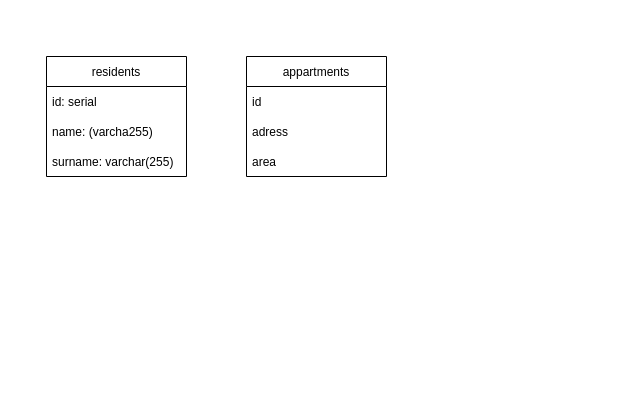
Above: SQL_ref.drawio in Darklight1985/job4j_design (draw.io), before the change. Source tidied: cells renumbered, new cells numbered last; positions are measured from the earlier drawing's top-left corner, leaving out a move shared by most shapes. Both pictures are drawn from the tidied source at 100%, with x=0, y=0 at pixel (46, 56).
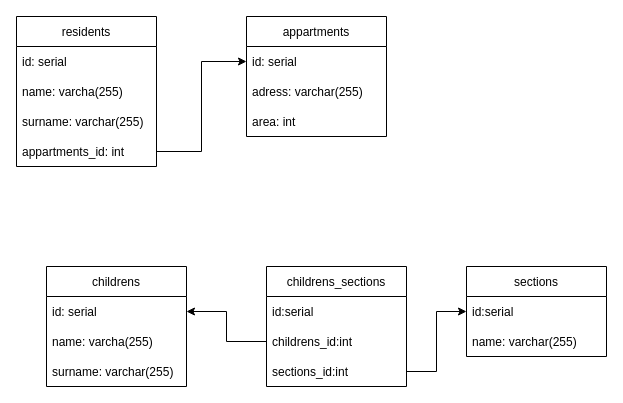
After the change.

Diff of the diagram source:
```diff
@@
     <mxCell id="2" value="residents" style="swimlane;fontStyle=0;horizontal=1;startSize=30;" parent="1" vertex="1">
-      <mxGeometry width="140" height="120" as="geometry" />
+      <mxGeometry x="-30" y="-40" width="140" height="150" as="geometry" />
     </mxCell>
@@
-    <mxCell id="4" value="name: (varcha255)" style="text;strokeColor=none;fillColor=none;align=left;verticalAlign=middle;spacingLeft=4;spacingRight=4;overflow=hidden;" parent="2" vertex="1">
+    <mxCell id="4" value="name: varcha(255)" style="text;strokeColor=none;fillColor=none;align=left;verticalAlign=middle;spacingLeft=4;spacingRight=4;overflow=hidden;" parent="2" vertex="1">
       <mxGeometry y="60" width="140" height="30" as="geometry" />
     </mxCell>
@@
+    <mxCell id="10" value="appartments_id: int" style="text;strokeColor=none;fillColor=none;align=left;verticalAlign=middle;spacingLeft=4;spacingRight=4;overflow=hidden;points=[[0,0.5],[1,0.5]];portConstraint=eastwest;" parent="2" vertex="1">
+      <mxGeometry y="120" width="140" height="30" as="geometry" />
+    </mxCell>
     <mxCell id="6" value="appartments" style="swimlane;fontStyle=0;horizontal=1;startSize=30;" parent="1" vertex="1">
-      <mxGeometry x="200" width="140" height="120" as="geometry" />
+      <mxGeometry x="200" y="-40" width="140" height="120" as="geometry" />
     </mxCell>
-    <mxCell id="7" value="id" style="text;strokeColor=none;fillColor=none;align=left;verticalAlign=middle;spacingLeft=4;spacingRight=4;overflow=hidden;points=[[0,0.5],[1,0.5]];portConstraint=eastwest;" parent="6" vertex="1">
+    <mxCell id="7" value="id: serial" style="text;strokeColor=none;fillColor=none;align=left;verticalAlign=middle;spacingLeft=4;spacingRight=4;overflow=hidden;points=[[0,0.5],[1,0.5]];portConstraint=eastwest;" parent="6" vertex="1">
       <mxGeometry y="30" width="140" height="30" as="geometry" />
     </mxCell>
-    <mxCell id="8" value="adress" style="text;strokeColor=none;fillColor=none;align=left;verticalAlign=middle;spacingLeft=4;spacingRight=4;overflow=hidden;" parent="6" vertex="1">
+    <mxCell id="8" value="adress: varchar(255)" style="text;strokeColor=none;fillColor=none;align=left;verticalAlign=middle;spacingLeft=4;spacingRight=4;overflow=hidden;" parent="6" vertex="1">
       <mxGeometry y="60" width="140" height="30" as="geometry" />
     </mxCell>
-    <mxCell id="9" value="area" style="text;strokeColor=none;fillColor=none;align=left;verticalAlign=middle;spacingLeft=4;spacingRight=4;overflow=hidden;" parent="6" vertex="1">
+    <mxCell id="9" value="area: int" style="text;strokeColor=none;fillColor=none;align=left;verticalAlign=middle;spacingLeft=4;spacingRight=4;overflow=hidden;" parent="6" vertex="1">
       <mxGeometry y="90" width="140" height="30" as="geometry" />
     </mxCell>
+    <mxCell id="11" style="edgeStyle=elbowEdgeStyle;elbow=horizontal;endArrow=classic;html=1;rounded=0;entryX=0;entryY=0.5;entryDx=0;entryDy=0;exitX=1;exitY=0.5;exitDx=0;exitDy=0;" parent="1" edge="1" source="10" target="7">
+      <mxGeometry relative="1" as="geometry" />
+    </mxCell>
+    <mxCell id="12" value="childrens_sections" style="swimlane;fontStyle=0;horizontal=1;startSize=30;" parent="1" vertex="1">
+      <mxGeometry x="220" y="210" width="140" height="120" as="geometry" />
+    </mxCell>
+    <mxCell id="13" value="id:serial" style="text;strokeColor=none;fillColor=none;align=left;verticalAlign=middle;spacingLeft=4;spacingRight=4;overflow=hidden;" parent="12" vertex="1">
+      <mxGeometry y="30" width="140" height="30" as="geometry" />
+    </mxCell>
+    <mxCell id="14" value="childrens_id:int" style="text;strokeColor=none;fillColor=none;align=left;verticalAlign=middle;spacingLeft=4;spacingRight=4;overflow=hidden;points=[[0,0.5],[1,0.5]];portConstraint=eastwest;" parent="12" vertex="1">
+      <mxGeometry y="60" width="140" height="30" as="geometry" />
+    </mxCell>
+    <mxCell id="15" value="sections_id:int" style="text;strokeColor=none;fillColor=none;align=left;verticalAlign=middle;spacingLeft=4;spacingRight=4;overflow=hidden;points=[[0,0.5],[1,0.5]];portConstraint=eastwest;" parent="12" vertex="1">
+      <mxGeometry y="90" width="140" height="30" as="geometry" />
+    </mxCell>
+    <mxCell id="16" value="sections" style="swimlane;fontStyle=0;horizontal=1;startSize=30;" parent="1" vertex="1">
+      <mxGeometry x="420" y="210" width="140" height="90" as="geometry" />
+    </mxCell>
+    <mxCell id="17" value="id:serial" style="text;strokeColor=none;fillColor=none;align=left;verticalAlign=middle;spacingLeft=4;spacingRight=4;overflow=hidden;points=[[0,0.5],[1,0.5]];portConstraint=eastwest;" parent="16" vertex="1">
+      <mxGeometry y="30" width="140" height="30" as="geometry" />
+    </mxCell>
+    <mxCell id="18" value="name: varchar(255)" style="text;strokeColor=none;fillColor=none;align=left;verticalAlign=middle;spacingLeft=4;spacingRight=4;overflow=hidden;" parent="16" vertex="1">
+      <mxGeometry y="60" width="140" height="30" as="geometry" />
+    </mxCell>
+    <mxCell id="19" value="childrens" style="swimlane;fontStyle=0;horizontal=1;startSize=30;" parent="1" vertex="1">
+      <mxGeometry y="210" width="140" height="120" as="geometry" />
+    </mxCell>
+    <mxCell id="20" value="id: serial" style="text;strokeColor=none;fillColor=none;align=left;verticalAlign=middle;spacingLeft=4;spacingRight=4;overflow=hidden;points=[[0,0.5],[1,0.5]];portConstraint=eastwest;" parent="19" vertex="1">
+      <mxGeometry y="30" width="140" height="30" as="geometry" />
+    </mxCell>
+    <mxCell id="21" value="name: varcha(255)" style="text;strokeColor=none;fillColor=none;align=left;verticalAlign=middle;spacingLeft=4;spacingRight=4;overflow=hidden;" parent="19" vertex="1">
+      <mxGeometry y="60" width="140" height="30" as="geometry" />
+    </mxCell>
+    <mxCell id="22" value="surname: varchar(255)" style="text;strokeColor=none;fillColor=none;align=left;verticalAlign=middle;spacingLeft=4;spacingRight=4;overflow=hidden;" parent="19" vertex="1">
+      <mxGeometry y="90" width="140" height="30" as="geometry" />
+    </mxCell>
+    <mxCell id="23" style="edgeStyle=elbowEdgeStyle;elbow=horizontal;endArrow=classic;html=1;rounded=0;entryX=0;entryY=0.5;entryDx=0;entryDy=0;exitX=1;exitY=0.5;exitDx=0;exitDy=0;" parent="1" edge="1" source="15" target="17">
+      <mxGeometry relative="1" as="geometry" />
+    </mxCell>
+    <mxCell id="24" style="edgeStyle=elbowEdgeStyle;elbow=horizontal;endArrow=classic;html=1;rounded=0;entryX=1;entryY=0.5;entryDx=0;entryDy=0;exitX=0;exitY=0.5;exitDx=0;exitDy=0;" parent="1" edge="1" source="14" target="20">
+      <mxGeometry relative="1" as="geometry" />
+    </mxCell>
```
